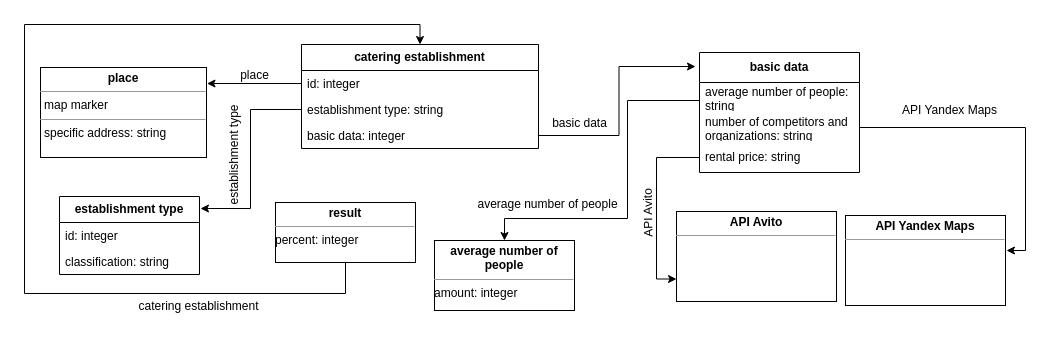
Above: Диаграмма классов.drawio in elmirhismatov/Diplom (draw.io), before the change. Source tidied: cells renumbered, new cells numbered last; positions are measured from the earlier drawing's top-left corner, leaving out a move shared by most shapes. Both pictures are drawn from the tidied source at 100%, with x=0, y=0 at pixel (24, 24).
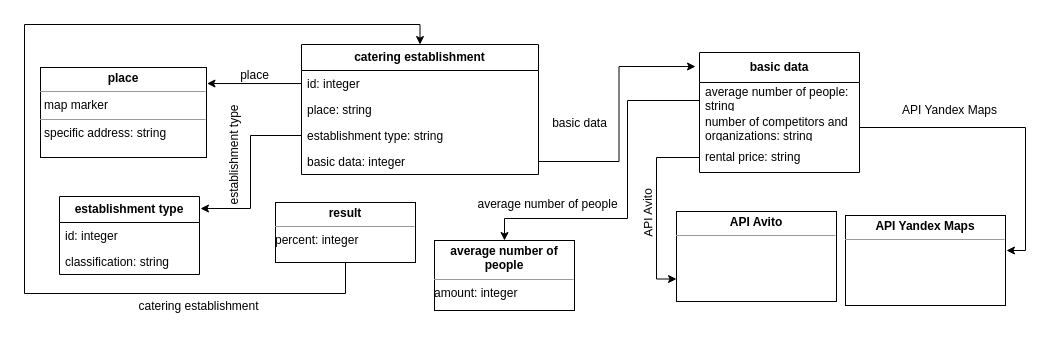
The same diagram, later.

What changed in the source:
```diff
@@
     <mxCell id="2" value="&lt;b&gt;catering establishment&lt;/b&gt;" style="swimlane;fontStyle=0;horizontal=1;startSize=26;fillColor=none;whiteSpace=wrap;html=1;" parent="1" vertex="1">
-      <mxGeometry x="277" y="20" width="237" height="104" as="geometry" />
+      <mxGeometry x="277" y="20" width="237" height="130" as="geometry" />
     </mxCell>
@@
+    <mxCell id="32" value="place: string" style="text;strokeColor=none;fillColor=none;align=left;verticalAlign=top;spacingLeft=4;spacingRight=4;overflow=hidden;whiteSpace=wrap;html=1;" parent="2" vertex="1">
+      <mxGeometry y="52" width="237" height="26" as="geometry" />
+    </mxCell>
     <mxCell id="4" value="&lt;span style=&quot;border-color: var(--border-color); text-align: center;&quot;&gt;establishment type: string&lt;/span&gt;" style="text;strokeColor=none;fillColor=none;align=left;verticalAlign=top;spacingLeft=4;spacingRight=4;overflow=hidden;points=[[0,0.5],[1,0.5]];portConstraint=eastwest;whiteSpace=wrap;html=1;" parent="2" vertex="1">
-      <mxGeometry y="52" width="237" height="26" as="geometry" />
+      <mxGeometry y="78" width="237" height="26" as="geometry" />
     </mxCell>
     <mxCell id="5" value="basic data: integer" style="text;strokeColor=none;fillColor=none;align=left;verticalAlign=top;spacingLeft=4;spacingRight=4;overflow=hidden;points=[[0,0.5],[1,0.5]];portConstraint=eastwest;whiteSpace=wrap;html=1;" parent="2" vertex="1">
-      <mxGeometry y="78" width="237" height="26" as="geometry" />
+      <mxGeometry y="104" width="237" height="26" as="geometry" />
     </mxCell>
```
